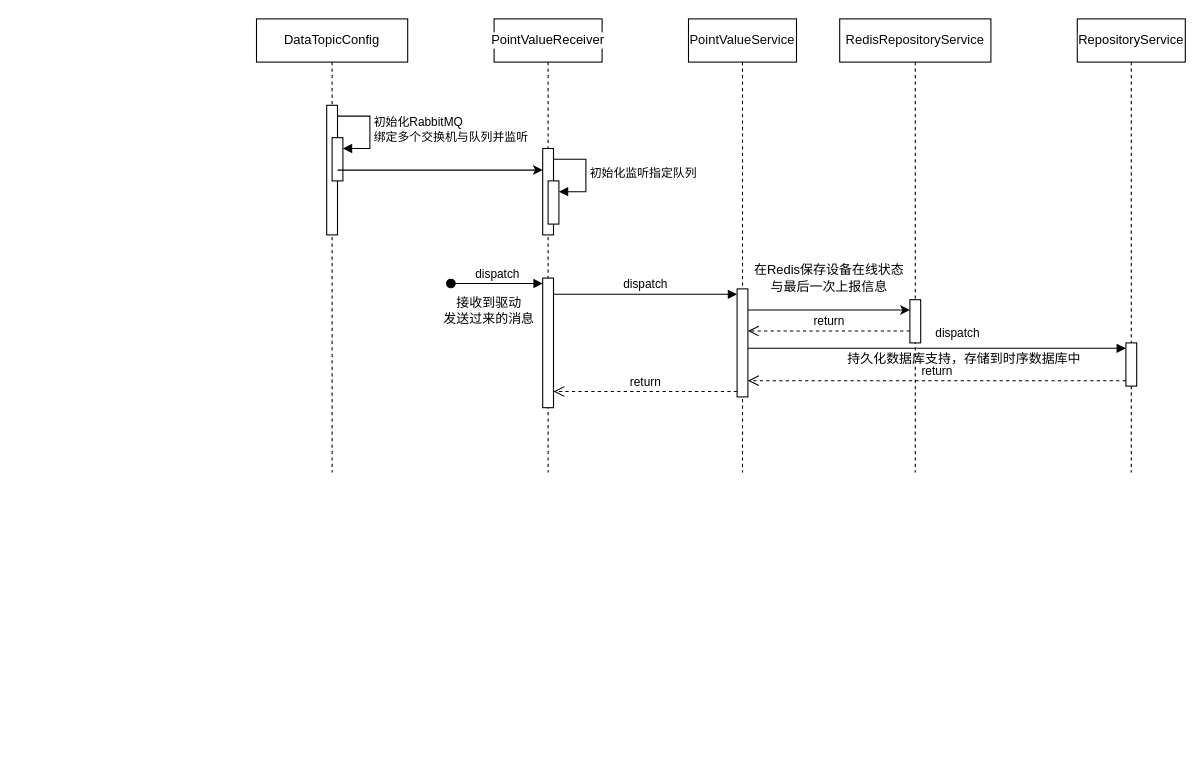
Earlier version of the draw.io diagram devices-center数据流转图.drawio (Rain-ziyu/img). Source tidied: cells renumbered, new cells numbered last; positions are measured from the earlier drawing's top-left corner, leaving out a move shared by most shapes. Both pictures are drawn from the tidied source at 108%, with x=0, y=0 at pixel (256, 18).
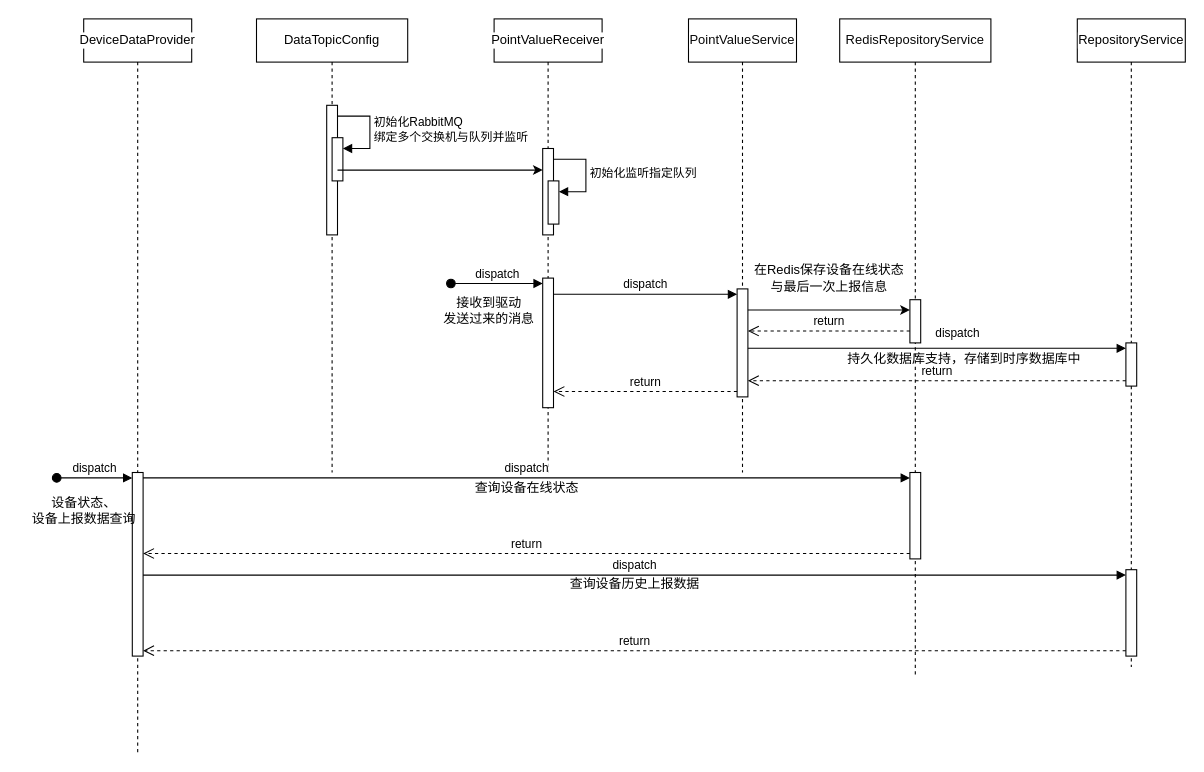
The same page after the edit.

Commit message (it also covers changes not shown here):
更新devices-center数据流转图.drawio

Diff of the diagram source:
```diff
@@
     <mxCell id="18" value="&lt;div style=&quot;background-color:#ffffff;color:#080808&quot;&gt;&lt;pre style=&quot;&quot;&gt;&lt;font style=&quot;font-size: 12px;&quot; face=&quot;Helvetica&quot;&gt;RedisRepositoryService&lt;/font&gt;&lt;/pre&gt;&lt;/div&gt;" style="shape=umlLifeline;perimeter=lifelinePerimeter;whiteSpace=wrap;html=1;newEdgeStyle={&quot;curved&quot;:0,&quot;rounded&quot;:0};" parent="1" vertex="1">
-      <mxGeometry x="540" width="140" height="420" as="geometry" />
+      <mxGeometry x="540" width="140" height="610" as="geometry" />
     </mxCell>
@@
+    <mxCell id="28" style="html=1;points=[[0,0,0,0,5],[0,1,0,0,-5],[1,0,0,0,5],[1,1,0,0,-5]];perimeter=orthogonalPerimeter;outlineConnect=0;targetShapes=umlLifeline;portConstraint=eastwest;newEdgeStyle={&quot;curved&quot;:0,&quot;rounded&quot;:0};" parent="18" vertex="1">
+      <mxGeometry x="65" y="420" width="10" height="80" as="geometry" />
+    </mxCell>
@@
     <mxCell id="23" value="&lt;div style=&quot;background-color:#ffffff;color:#080808&quot;&gt;&lt;pre style=&quot;&quot;&gt;&lt;span style=&quot;color: rgb(0, 0, 0);&quot;&gt;&lt;font style=&quot;font-size: 12px;&quot; face=&quot;Helvetica&quot;&gt;RepositoryService&lt;/font&gt;&lt;/span&gt;&lt;/pre&gt;&lt;/div&gt;" style="shape=umlLifeline;perimeter=lifelinePerimeter;whiteSpace=wrap;html=1;newEdgeStyle={&quot;curved&quot;:0,&quot;rounded&quot;:0};" parent="1" vertex="1">
-      <mxGeometry x="760" width="100" height="420" as="geometry" />
+      <mxGeometry x="760" width="100" height="600" as="geometry" />
     </mxCell>
@@
+    <mxCell id="29" style="html=1;points=[[0,0,0,0,5],[0,1,0,0,-5],[1,0,0,0,5],[1,1,0,0,-5]];perimeter=orthogonalPerimeter;outlineConnect=0;targetShapes=umlLifeline;portConstraint=eastwest;newEdgeStyle={&quot;curved&quot;:0,&quot;rounded&quot;:0};" parent="23" vertex="1">
+      <mxGeometry x="45" y="510" width="10" height="80" as="geometry" />
+    </mxCell>
@@
+    <mxCell id="30" value="&lt;div style=&quot;background-color:#ffffff;color:#080808&quot;&gt;&lt;pre style=&quot;&quot;&gt;&lt;span style=&quot;color: rgb(0, 0, 0);&quot;&gt;&lt;font style=&quot;font-size: 12px;&quot; face=&quot;Helvetica&quot;&gt;DeviceDataProvider&lt;/font&gt;&lt;/span&gt;&lt;/pre&gt;&lt;/div&gt;" style="shape=umlLifeline;perimeter=lifelinePerimeter;whiteSpace=wrap;html=1;newEdgeStyle={&quot;curved&quot;:0,&quot;rounded&quot;:0};" parent="1" vertex="1">
+      <mxGeometry x="-160" width="100" height="680" as="geometry" />
+    </mxCell>
+    <mxCell id="31" style="html=1;points=[[0,0,0,0,5],[0,1,0,0,-5],[1,0,0,0,5],[1,1,0,0,-5]];perimeter=orthogonalPerimeter;outlineConnect=0;targetShapes=umlLifeline;portConstraint=eastwest;newEdgeStyle={&quot;curved&quot;:0,&quot;rounded&quot;:0};" parent="30" vertex="1">
+      <mxGeometry x="45" y="420" width="10" height="170" as="geometry" />
+    </mxCell>
+    <mxCell id="32" value="dispatch" style="html=1;verticalAlign=bottom;startArrow=oval;endArrow=block;startSize=8;curved=0;rounded=0;entryX=0;entryY=0;entryDx=0;entryDy=5;" parent="30" edge="1" target="31">
+      <mxGeometry relative="1" as="geometry">
+        <mxPoint x="-25" y="425" as="sourcePoint" />
+      </mxGeometry>
+    </mxCell>
+    <mxCell id="33" value="设备状态、&lt;div&gt;设备上报数据查询&lt;/div&gt;" style="text;html=1;align=center;verticalAlign=middle;strokeColor=none;fillColor=none;" parent="1" vertex="1">
+      <mxGeometry x="-220" y="435" width="120" height="40" as="geometry" />
+    </mxCell>
+    <mxCell id="34" value="dispatch" style="html=1;verticalAlign=bottom;endArrow=block;curved=0;rounded=0;entryX=0;entryY=0;entryDx=0;entryDy=5;exitX=1;exitY=0;exitDx=0;exitDy=5;exitPerimeter=0;" parent="1" edge="1" source="31" target="28">
+      <mxGeometry relative="1" as="geometry" />
+    </mxCell>
+    <mxCell id="35" value="return" style="html=1;verticalAlign=bottom;endArrow=open;dashed=1;endSize=8;curved=0;rounded=0;exitX=0;exitY=1;exitDx=0;exitDy=-5;" parent="1" edge="1" source="28" target="31">
+      <mxGeometry relative="1" as="geometry" />
+    </mxCell>
+    <mxCell id="36" value="查询设备在线状态" style="text;html=1;align=center;verticalAlign=middle;strokeColor=none;fillColor=none;" parent="1" vertex="1">
+      <mxGeometry x="190" y="420" width="120" height="30" as="geometry" />
+    </mxCell>
+    <mxCell id="37" value="dispatch" style="html=1;verticalAlign=bottom;endArrow=block;curved=0;rounded=0;entryX=0;entryY=0;entryDx=0;entryDy=5;" parent="1" edge="1" source="31" target="29">
+      <mxGeometry relative="1" as="geometry" />
+    </mxCell>
+    <mxCell id="38" value="return" style="html=1;verticalAlign=bottom;endArrow=open;dashed=1;endSize=8;curved=0;rounded=0;exitX=0;exitY=1;exitDx=0;exitDy=-5;" parent="1" edge="1" source="29" target="31">
+      <mxGeometry relative="1" as="geometry" />
+    </mxCell>
+    <mxCell id="39" value="查询设备历史上报数据" style="text;html=1;align=center;verticalAlign=middle;strokeColor=none;fillColor=none;" parent="1" vertex="1">
+      <mxGeometry x="280" y="508" width="140" height="30" as="geometry" />
+    </mxCell>
```
